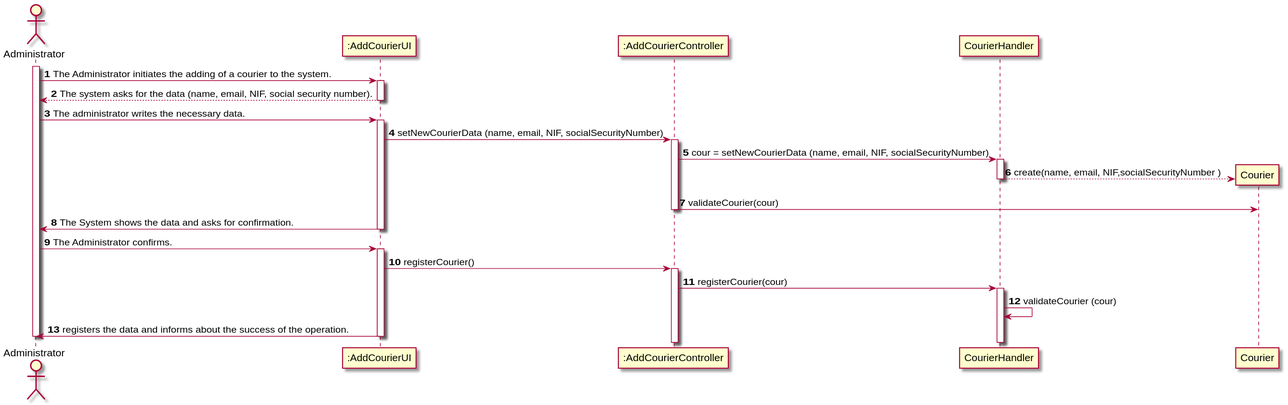
Earlier version of the PlantUML export Documents/UC4/UC4_SD.svg (1190452/LAPR3). Its diagram source:
```plantuml
@startuml
autonumber
actor "Administrator" as ADM

participant ":AddCourierUI" as UI
participant ":AddCourierController" as CTRL
participant "CourierHandler" as PHARM
participant "Courier" as COUR


activate ADM
ADM -> UI : The Administrator initiates the adding of a courier to the system.
activate UI

UI --> ADM : The system asks for the data (name, email, NIF, social security number).

deactivate UI

ADM -> UI : The administrator writes the necessary data.
activate UI

UI -> CTRL : setNewCourierData (name, email, NIF, socialSecurityNumber)
activate CTRL

CTRL -> PHARM : cour = setNewCourierData (name, email, NIF, socialSecurityNumber)
activate PHARM

PHARM --> COUR ** : create(name, email, NIF,socialSecurityNumber )
deactivate PHARM

CTRL -> COUR: validateCourier(cour)
deactivate CTRL

UI -> ADM : The System shows the data and asks for confirmation.
deactivate UI


ADM -> UI : The Administrator confirms.
activate UI

UI -> CTRL: registerCourier()
activate CTRL

CTRL -> PHARM : registerCourier(cour)
activate PHARM

PHARM -> PHARM : validateCourier (cour)

UI -> ADM : registers the data and informs about the success of the operation.


deactivate UI
deactivate ADM
@enduml
```
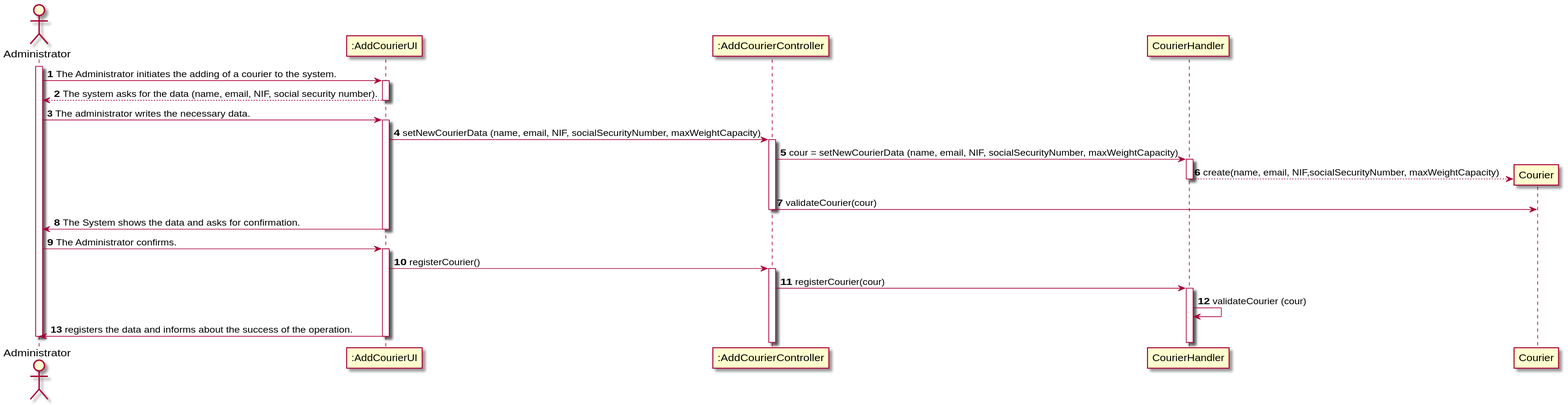
Later version of the same file.

Change to the diagram source:
```diff
@@ -19,13 +19,13 @@
 ADM -> UI : The administrator writes the necessary data.
 activate UI
 
-UI -> CTRL : setNewCourierData (name, email, NIF, socialSecurityNumber)
+UI -> CTRL : setNewCourierData (name, email, NIF, socialSecurityNumber, maxWeightCapacity)
 activate CTRL
 
-CTRL -> PHARM : cour = setNewCourierData (name, email, NIF, socialSecurityNumber)
+CTRL -> PHARM : cour = setNewCourierData (name, email, NIF, socialSecurityNumber, maxWeightCapacity)
 activate PHARM
 
-PHARM --> COUR ** : create(name, email, NIF,socialSecurityNumber )
+PHARM --> COUR ** : create(name, email, NIF,socialSecurityNumber, maxWeightCapacity)
 deactivate PHARM
 
 CTRL -> COUR: validateCourier(cour)
```
